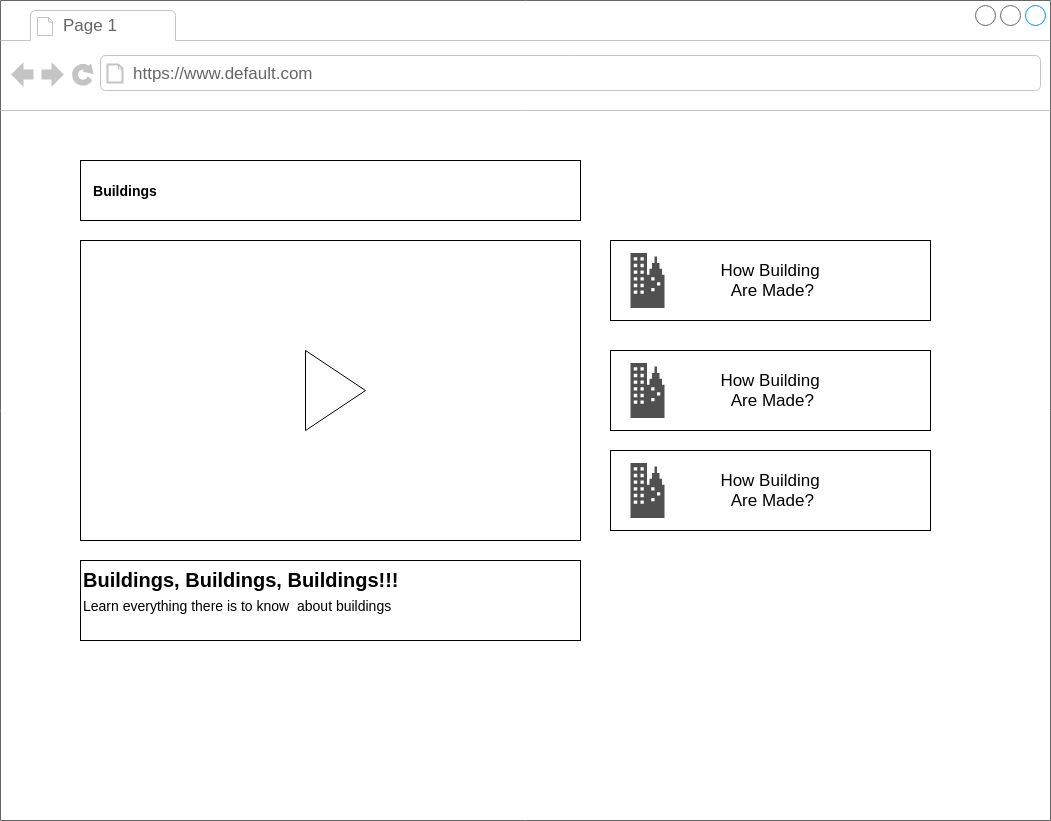
gianlucamazzeo/app-youtube-simple-with-react keeps this draw.io diagram as mockup.png. Above is the earlier version. Source tidied: cells renumbered, new cells last; positions are measured from the earlier drawing's top-left corner, leaving out a move shared by most shapes. Source of this version:
```xml
<mxGraphModel background="#ffffff">
  <root>
    <mxCell id="0" />
    <mxCell id="1" parent="0" />
    <mxCell id="2" style="strokeWidth=1;shadow=0;dashed=0;align=center;html=1;shape=mxgraph.mockup.containers.browserWindow;rSize=0;fillColor=#ffffff;strokeColor=#666666;mainText=,;rounded=0;labelBackgroundColor=none;fontFamily=Verdana;fontSize=12;fontColor=#000000;" parent="1" vertex="1">
      <mxGeometry width="1050" height="820" as="geometry" />
    </mxCell>
    <mxCell id="3" value="Page 1" style="strokeWidth=1;shadow=0;dashed=0;align=center;html=1;shape=mxgraph.mockup.containers.anchor;fontSize=17;fontColor=#666666;align=left;" parent="2" vertex="1">
      <mxGeometry x="60" y="12" width="110" height="26" as="geometry" />
    </mxCell>
    <mxCell id="4" value="https://www.default.com" style="strokeWidth=1;shadow=0;dashed=0;align=center;html=1;shape=mxgraph.mockup.containers.anchor;rSize=0;fontSize=17;fontColor=#666666;align=left;" parent="2" vertex="1">
      <mxGeometry x="130" y="60" width="250" height="26" as="geometry" />
    </mxCell>
    <mxCell id="5" value="&lt;h3&gt;Buildings&lt;/h3&gt;" style="rounded=0;whiteSpace=wrap;html=1;align=left;margin-left:50;spacingLeft=10;" parent="2" vertex="1">
      <mxGeometry x="80" y="160" width="500" height="60" as="geometry" />
    </mxCell>
    <mxCell id="6" style="rounded=0;whiteSpace=wrap;html=1;" parent="2" vertex="1">
      <mxGeometry x="80" y="240" width="500" height="300" as="geometry" />
    </mxCell>
    <mxCell id="7" style="triangle;whiteSpace=wrap;html=1;" parent="2" vertex="1">
      <mxGeometry x="305" y="350" width="60" height="80" as="geometry" />
    </mxCell>
    <mxCell id="8" value="&lt;font style=&quot;font-size: 17px&quot;&gt;How Building&lt;br&gt;&amp;nbsp;Are Made?&lt;/font&gt;" style="rounded=0;whiteSpace=wrap;html=1;" parent="2" vertex="1">
      <mxGeometry x="610" y="240" width="320" height="80" as="geometry" />
    </mxCell>
    <mxCell id="9" style="shadow=0;dashed=0;html=1;strokeColor=none;fillColor=#505050;labelPosition=center;verticalLabelPosition=bottom;verticalAlign=top;align=center;shape=mxgraph.office.concepts.on_premises;" parent="2" vertex="1">
      <mxGeometry x="630" y="252.5" width="34" height="55" as="geometry" />
    </mxCell>
    <mxCell id="10" style="shadow=0;dashed=0;html=1;strokeColor=none;fillColor=#505050;labelPosition=center;verticalLabelPosition=bottom;verticalAlign=top;align=center;shape=mxgraph.office.concepts.on_premises;" parent="2" vertex="1">
      <mxGeometry x="630" y="366.5" width="34" height="55" as="geometry" />
    </mxCell>
    <mxCell id="11" value="&lt;font style=&quot;font-size: 17px&quot;&gt;How Building&lt;br&gt;&amp;nbsp;Are Made?&lt;/font&gt;" style="rounded=0;whiteSpace=wrap;html=1;" parent="2" vertex="1">
      <mxGeometry x="610" y="350" width="320" height="80" as="geometry" />
    </mxCell>
    <mxCell id="12" style="shadow=0;dashed=0;html=1;strokeColor=none;fillColor=#505050;labelPosition=center;verticalLabelPosition=bottom;verticalAlign=top;align=center;shape=mxgraph.office.concepts.on_premises;" parent="2" vertex="1">
      <mxGeometry x="630" y="362.5" width="34" height="55" as="geometry" />
    </mxCell>
    <mxCell id="13" value="&lt;font style=&quot;font-size: 17px&quot;&gt;How Building&lt;br&gt;&amp;nbsp;Are Made?&lt;/font&gt;" style="rounded=0;whiteSpace=wrap;html=1;" parent="2" vertex="1">
      <mxGeometry x="610" y="450" width="320" height="80" as="geometry" />
    </mxCell>
    <mxCell id="14" style="shadow=0;dashed=0;html=1;strokeColor=none;fillColor=#505050;labelPosition=center;verticalLabelPosition=bottom;verticalAlign=top;align=center;shape=mxgraph.office.concepts.on_premises;" parent="2" vertex="1">
      <mxGeometry x="630" y="462.5" width="34" height="55" as="geometry" />
    </mxCell>
    <mxCell id="15" value="&lt;b style=&quot;font-size: 20px&quot;&gt;Buildings, Buildings, Buildings!!!&lt;/b&gt;&lt;br style=&quot;font-size: 20px&quot;&gt;&lt;font style=&quot;font-size: 14px&quot;&gt;Learn everything there is to know&amp;nbsp; about buildings&lt;/font&gt;" style="rounded=0;whiteSpace=wrap;html=1;align=left;verticalAlign=top;fontSize=20;" parent="2" vertex="1">
      <mxGeometry x="80" y="560" width="500" height="80" as="geometry" />
    </mxCell>
  </root>
</mxGraphModel>
```
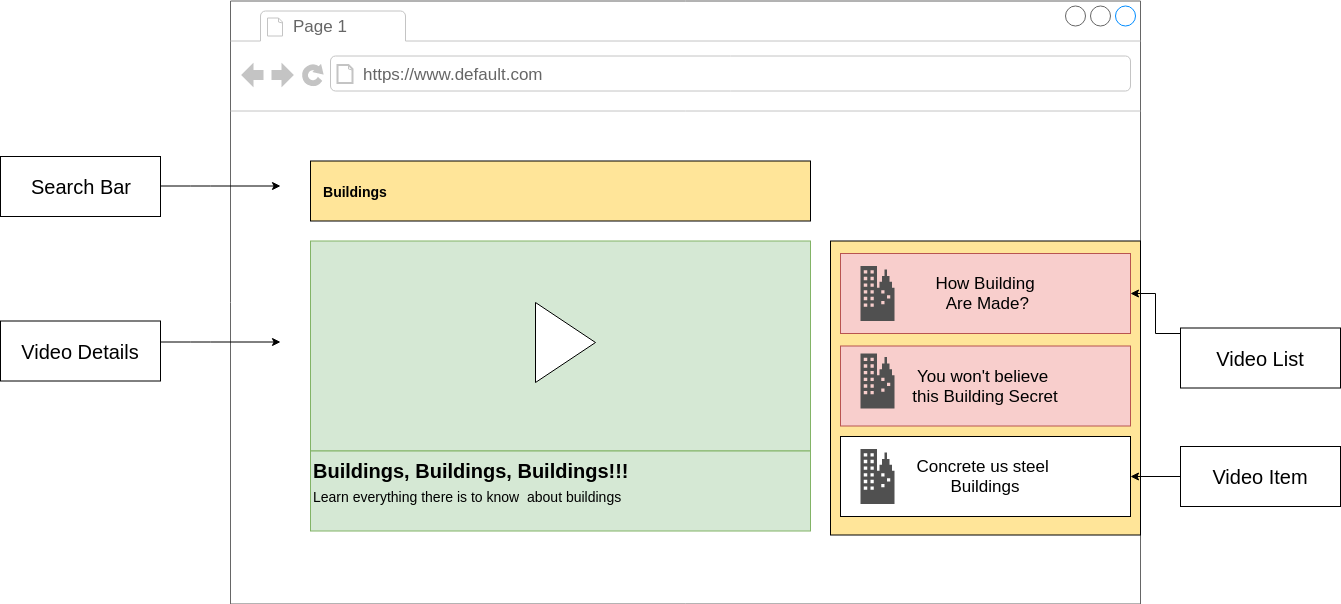
After the change.

What changed in the source:
```diff
@@ -3,46 +3,87 @@
     <mxCell id="0" />
     <mxCell id="1" parent="0" />
     <mxCell id="2" style="strokeWidth=1;shadow=0;dashed=0;align=center;html=1;shape=mxgraph.mockup.containers.browserWindow;rSize=0;fillColor=#ffffff;strokeColor=#666666;mainText=,;rounded=0;labelBackgroundColor=none;fontFamily=Verdana;fontSize=12;fontColor=#000000;" parent="1" vertex="1">
-      <mxGeometry width="1050" height="820" as="geometry" />
+      <mxGeometry width="910" height="603" as="geometry" />
     </mxCell>
+    <mxCell id="16" style="rounded=0;whiteSpace=wrap;html=1;labelBackgroundColor=#FFE599;fillColor=#FFE599;fontSize=20;" parent="2" vertex="1">
+      <mxGeometry x="600" y="240" width="310" height="294" as="geometry" />
+    </mxCell>
     <mxCell id="3" value="Page 1" style="strokeWidth=1;shadow=0;dashed=0;align=center;html=1;shape=mxgraph.mockup.containers.anchor;fontSize=17;fontColor=#666666;align=left;" parent="2" vertex="1">
       <mxGeometry x="60" y="12" width="110" height="26" as="geometry" />
     </mxCell>
     <mxCell id="4" value="https://www.default.com" style="strokeWidth=1;shadow=0;dashed=0;align=center;html=1;shape=mxgraph.mockup.containers.anchor;rSize=0;fontSize=17;fontColor=#666666;align=left;" parent="2" vertex="1">
       <mxGeometry x="130" y="60" width="250" height="26" as="geometry" />
     </mxCell>
-    <mxCell id="5" value="&lt;h3&gt;Buildings&lt;/h3&gt;" style="rounded=0;whiteSpace=wrap;html=1;align=left;margin-left:50;spacingLeft=10;" parent="2" vertex="1">
+    <mxCell id="5" value="&lt;h3&gt;&lt;span style=&quot;&quot;&gt;Buildings&lt;/span&gt;&lt;/h3&gt;" style="rounded=0;whiteSpace=wrap;html=1;align=left;margin-left:50;spacingLeft=10;fillColor=#FFE599;labelBackgroundColor=#FFE599;" parent="2" vertex="1">
       <mxGeometry x="80" y="160" width="500" height="60" as="geometry" />
     </mxCell>
-    <mxCell id="6" style="rounded=0;whiteSpace=wrap;html=1;" parent="2" vertex="1">
-      <mxGeometry x="80" y="240" width="500" height="300" as="geometry" />
+    <mxCell id="6" style="rounded=0;whiteSpace=wrap;html=1;fillColor=#d5e8d4;strokeColor=#82b366;" parent="2" vertex="1">
+      <mxGeometry x="80" y="240" width="500" height="210" as="geometry" />
     </mxCell>
     <mxCell id="7" style="triangle;whiteSpace=wrap;html=1;" parent="2" vertex="1">
-      <mxGeometry x="305" y="350" width="60" height="80" as="geometry" />
+      <mxGeometry x="305" y="301.5" width="60" height="80" as="geometry" />
     </mxCell>
-    <mxCell id="8" value="&lt;font style=&quot;font-size: 17px&quot;&gt;How Building&lt;br&gt;&amp;nbsp;Are Made?&lt;/font&gt;" style="rounded=0;whiteSpace=wrap;html=1;" parent="2" vertex="1">
-      <mxGeometry x="610" y="240" width="320" height="80" as="geometry" />
+    <mxCell id="8" value="&lt;font style=&quot;font-size: 17px&quot;&gt;How Building&lt;br&gt;&amp;nbsp;Are Made?&lt;/font&gt;" style="rounded=0;whiteSpace=wrap;html=1;fillColor=#f8cecc;strokeColor=#b85450;" parent="2" vertex="1">
+      <mxGeometry x="610" y="252.5" width="290" height="80" as="geometry" />
     </mxCell>
     <mxCell id="9" style="shadow=0;dashed=0;html=1;strokeColor=none;fillColor=#505050;labelPosition=center;verticalLabelPosition=bottom;verticalAlign=top;align=center;shape=mxgraph.office.concepts.on_premises;" parent="2" vertex="1">
-      <mxGeometry x="630" y="252.5" width="34" height="55" as="geometry" />
+      <mxGeometry x="630" y="265" width="34" height="55" as="geometry" />
     </mxCell>
-    <mxCell id="10" style="shadow=0;dashed=0;html=1;strokeColor=none;fillColor=#505050;labelPosition=center;verticalLabelPosition=bottom;verticalAlign=top;align=center;shape=mxgraph.office.concepts.on_premises;" parent="2" vertex="1">
-      <mxGeometry x="630" y="366.5" width="34" height="55" as="geometry" />
-    </mxCell>
-    <mxCell id="11" value="&lt;font style=&quot;font-size: 17px&quot;&gt;How Building&lt;br&gt;&amp;nbsp;Are Made?&lt;/font&gt;" style="rounded=0;whiteSpace=wrap;html=1;" parent="2" vertex="1">
-      <mxGeometry x="610" y="350" width="320" height="80" as="geometry" />
+    <mxCell id="11" value="&lt;span style=&quot;font-size: 17px&quot;&gt;You won't believe &lt;br&gt;this Building Secret&lt;/span&gt;" style="rounded=0;whiteSpace=wrap;html=1;fillColor=#f8cecc;strokeColor=#b85450;" parent="2" vertex="1">
+      <mxGeometry x="610" y="345" width="290" height="80" as="geometry" />
     </mxCell>
     <mxCell id="12" style="shadow=0;dashed=0;html=1;strokeColor=none;fillColor=#505050;labelPosition=center;verticalLabelPosition=bottom;verticalAlign=top;align=center;shape=mxgraph.office.concepts.on_premises;" parent="2" vertex="1">
-      <mxGeometry x="630" y="362.5" width="34" height="55" as="geometry" />
+      <mxGeometry x="630" y="352.5" width="34" height="55" as="geometry" />
     </mxCell>
-    <mxCell id="13" value="&lt;font style=&quot;font-size: 17px&quot;&gt;How Building&lt;br&gt;&amp;nbsp;Are Made?&lt;/font&gt;" style="rounded=0;whiteSpace=wrap;html=1;" parent="2" vertex="1">
-      <mxGeometry x="610" y="450" width="320" height="80" as="geometry" />
+    <mxCell id="13" value="&lt;span style=&quot;font-size: 17px&quot;&gt;Concrete us steel &lt;br&gt;Buildings&lt;/span&gt;" style="rounded=0;whiteSpace=wrap;html=1;" parent="2" vertex="1">
+      <mxGeometry x="610" y="435.5" width="290" height="80" as="geometry" />
     </mxCell>
     <mxCell id="14" style="shadow=0;dashed=0;html=1;strokeColor=none;fillColor=#505050;labelPosition=center;verticalLabelPosition=bottom;verticalAlign=top;align=center;shape=mxgraph.office.concepts.on_premises;" parent="2" vertex="1">
-      <mxGeometry x="630" y="462.5" width="34" height="55" as="geometry" />
+      <mxGeometry x="630" y="448" width="34" height="55" as="geometry" />
     </mxCell>
-    <mxCell id="15" value="&lt;b style=&quot;font-size: 20px&quot;&gt;Buildings, Buildings, Buildings!!!&lt;/b&gt;&lt;br style=&quot;font-size: 20px&quot;&gt;&lt;font style=&quot;font-size: 14px&quot;&gt;Learn everything there is to know&amp;nbsp; about buildings&lt;/font&gt;" style="rounded=0;whiteSpace=wrap;html=1;align=left;verticalAlign=top;fontSize=20;" parent="2" vertex="1">
-      <mxGeometry x="80" y="560" width="500" height="80" as="geometry" />
+    <mxCell id="15" value="&lt;b style=&quot;font-size: 20px&quot;&gt;Buildings, Buildings, Buildings!!!&lt;/b&gt;&lt;br style=&quot;font-size: 20px&quot;&gt;&lt;font style=&quot;font-size: 14px&quot;&gt;Learn everything there is to know&amp;nbsp; about buildings&lt;/font&gt;" style="rounded=0;whiteSpace=wrap;html=1;align=left;verticalAlign=top;fontSize=20;fillColor=#d5e8d4;strokeColor=#82b366;" parent="2" vertex="1">
+      <mxGeometry x="80" y="450" width="500" height="80" as="geometry" />
     </mxCell>
+    <mxCell id="17" style="endArrow=classic;html=1;fontSize=20;" parent="1" edge="1">
+      <mxGeometry relative="1" as="geometry">
+        <mxPoint x="-70" y="185" as="sourcePoint" />
+        <mxPoint x="50" y="185" as="targetPoint" />
+        <Array as="points">
+          <mxPoint x="-30" y="185" />
+        </Array>
+      </mxGeometry>
+    </mxCell>
+    <mxCell id="18" value="Search Bar" style="rounded=0;whiteSpace=wrap;html=1;fontSize=20;fillColor=#FFFFFF;" parent="1" vertex="1">
+      <mxGeometry x="-230" y="155.5" width="160" height="60" as="geometry" />
+    </mxCell>
+    <mxCell id="19" value="Video Details" style="rounded=0;whiteSpace=wrap;html=1;fontSize=20;fillColor=#FFFFFF;" parent="1" vertex="1">
+      <mxGeometry x="-230" y="320" width="160" height="60" as="geometry" />
+    </mxCell>
+    <mxCell id="20" style="endArrow=classic;html=1;fontSize=20;" parent="1" edge="1">
+      <mxGeometry relative="1" as="geometry">
+        <mxPoint x="-70" y="341" as="sourcePoint" />
+        <mxPoint x="50" y="341" as="targetPoint" />
+        <Array as="points">
+          <mxPoint x="-30" y="341" />
+        </Array>
+      </mxGeometry>
+    </mxCell>
+    <mxCell id="21" style="edgeStyle=orthogonalEdgeStyle;rounded=0;jettySize=auto;html=1;fontSize=20;" parent="1" edge="1" source="22" target="8">
+      <mxGeometry relative="1" as="geometry">
+        <Array as="points">
+          <mxPoint x="925" y="332.5" />
+          <mxPoint x="925" y="292.5" />
+        </Array>
+      </mxGeometry>
+    </mxCell>
+    <mxCell id="22" value="Video List" style="rounded=0;whiteSpace=wrap;html=1;fontSize=20;fillColor=#FFFFFF;" parent="1" vertex="1">
+      <mxGeometry x="950" y="327" width="160" height="60" as="geometry" />
+    </mxCell>
+    <mxCell id="23" style="edgeStyle=orthogonalEdgeStyle;rounded=0;jettySize=auto;html=1;fontSize=20;" parent="1" edge="1" source="24" target="13">
+      <mxGeometry relative="1" as="geometry" />
+    </mxCell>
+    <mxCell id="24" value="Video Item" style="rounded=0;whiteSpace=wrap;html=1;fontSize=20;fillColor=#FFFFFF;" parent="1" vertex="1">
+      <mxGeometry x="950" y="445.5" width="160" height="60" as="geometry" />
+    </mxCell>
   </root>
 </mxGraphModel>
```
